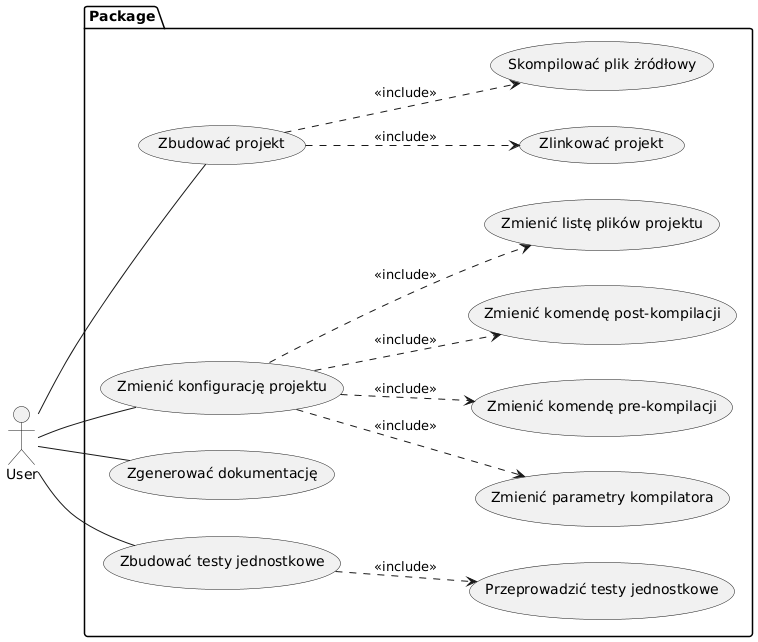
Before: Images/use-case.png, a diagram exported from PlantUML (THOSE-EYES/thesis).
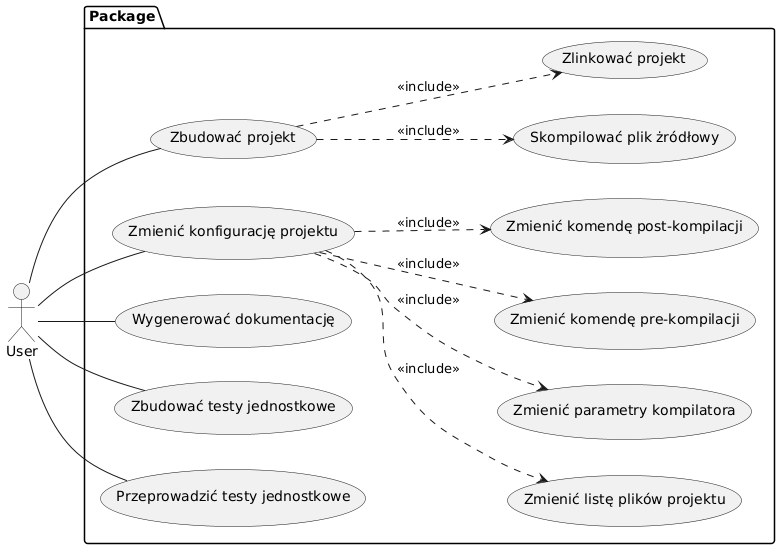
After the change.

Commit message:
poprawny rysunek, który popsułem rozwiązując konflikty

The edit, as a diff of the source:
```diff
@@ -11,7 +11,7 @@
   usecase "Zmienić parametry kompilatora" as UC6
   usecase "Zmienić komendę pre-kompilacji" as UC7
   usecase "Zmienić komendę post-kompilacji" as UC8
-  usecase "Zgenerować dokumentację" as UC9
+  usecase "Wygenerować dokumentację" as UC9
   usecase "Zbudować testy jednostkowe" as UC10
   usecase "Przeprowadzić testy jednostkowe" as UC11
 }
@@ -20,6 +20,7 @@
 u -- UC4
 u -- UC9
 u -- UC10
+u -- UC11
 
 UC1 ..> UC2: <<include>>
 UC1 ..> UC3: <<include>>
@@ -27,5 +28,4 @@
 UC4 ..> UC6: <<include>>
 UC4 ..> UC7: <<include>>
 UC4 ..> UC8: <<include>>
-UC10 ..> UC11: <<include>>
 @enduml
```
